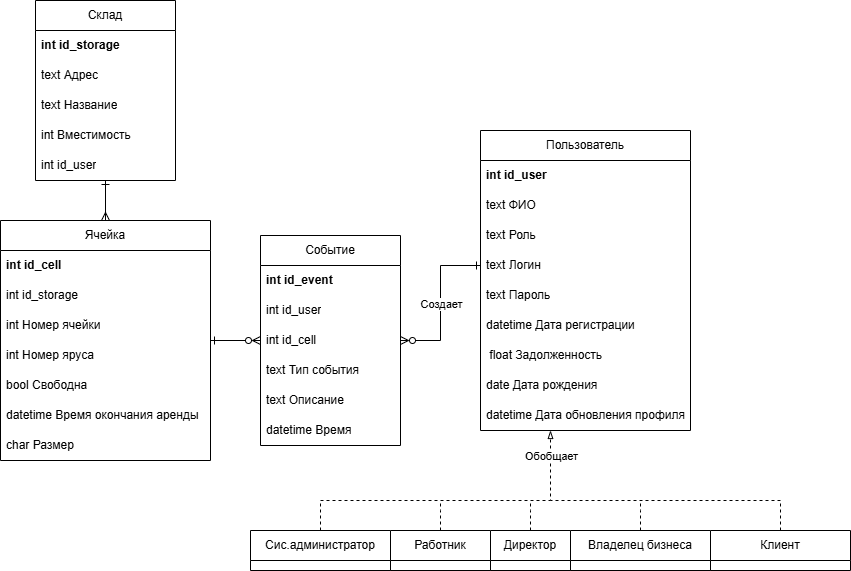
This is assets/er.png from moevm/nosql2h24-store, a draw.io export, as it was before one commit. Source tidied: cells renumbered, new cells last; positions are measured from the earlier drawing's top-left corner, leaving out a move shared by most shapes.
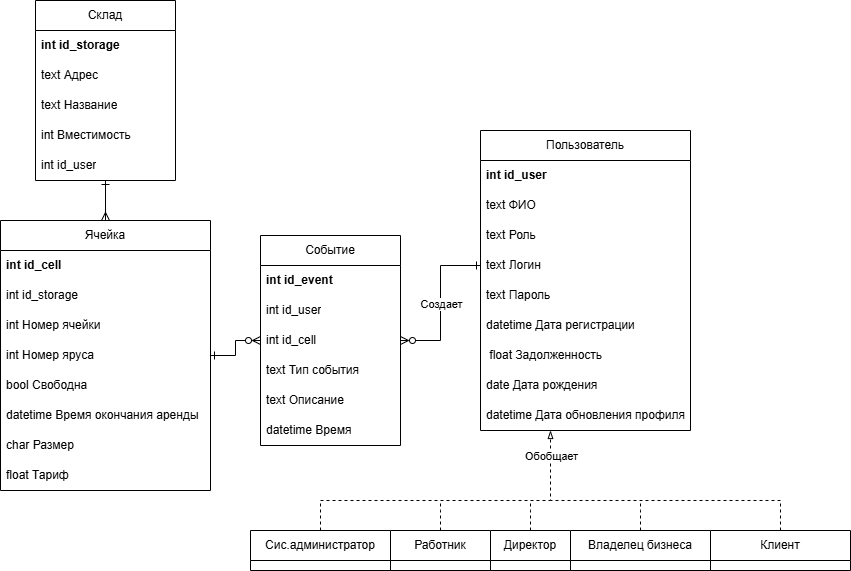
The same diagram one commit later.

Change to the diagram source:
```diff
@@ -54,7 +54,7 @@
       <mxGeometry relative="1" as="geometry" />
     </mxCell>
     <mxCell id="19" value="Ячейка" style="swimlane;fontStyle=0;horizontal=1;startSize=30;whiteSpace=wrap;html=1;" parent="1" vertex="1">
-      <mxGeometry y="220" width="210" height="240" as="geometry" />
+      <mxGeometry y="220" width="210" height="270" as="geometry" />
     </mxCell>
     <mxCell id="20" value="&lt;b&gt;int id_cell&lt;/b&gt;" style="text;strokeColor=none;fillColor=none;align=left;verticalAlign=middle;spacingLeft=4;spacingRight=4;overflow=hidden;whiteSpace=wrap;html=1;" parent="19" vertex="1">
       <mxGeometry y="30" width="210" height="30" as="geometry" />
@@ -77,6 +77,9 @@
     <mxCell id="26" value="char Размер" style="text;strokeColor=none;fillColor=none;align=left;verticalAlign=middle;spacingLeft=4;spacingRight=4;overflow=hidden;whiteSpace=wrap;html=1;" parent="19" vertex="1">
       <mxGeometry y="210" width="210" height="30" as="geometry" />
     </mxCell>
+    <mxCell id="48" value="float Тариф" style="text;strokeColor=none;fillColor=none;align=left;verticalAlign=middle;spacingLeft=4;spacingRight=4;overflow=hidden;whiteSpace=wrap;html=1;" parent="19" vertex="1">
+      <mxGeometry y="240" width="210" height="30" as="geometry" />
+    </mxCell>
     <mxCell id="27" style="edgeStyle=orthogonalEdgeStyle;rounded=0;jettySize=auto;html=1;endArrow=ERone;endFill=0;startArrow=ERzeroToMany;startFill=0;" parent="1" edge="1" source="28" target="19">
       <mxGeometry relative="1" as="geometry" />
     </mxCell>
```
